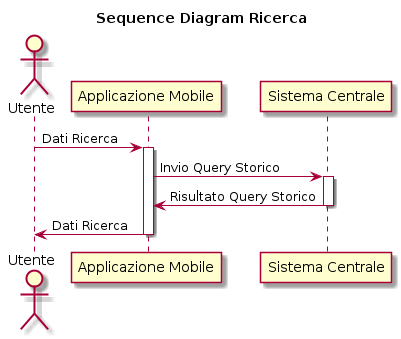
Earlier version of the PlantUML export build/diagrams/sequence/ricerca.png (xFA25E/sweng_14_2019).
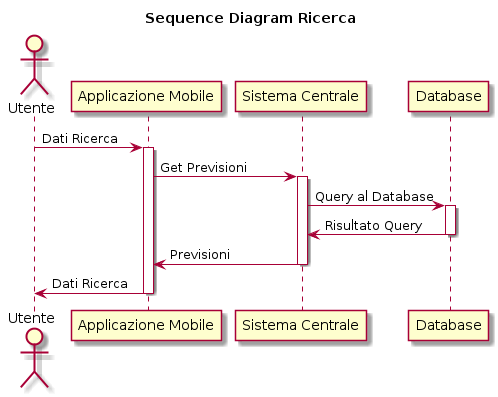
After the commit.

Change to the diagram source:
```diff
@@ -5,10 +5,16 @@
 Utente -> "Applicazione Mobile": Dati Ricerca
 activate "Applicazione Mobile"
 
-"Applicazione Mobile" -> "Sistema Centrale": Invio Query Storico
+"Applicazione Mobile" -> "Sistema Centrale": Get Previsioni
 activate "Sistema Centrale"
 
-"Sistema Centrale" -> "Applicazione Mobile": Risultato Query Storico
+"Sistema Centrale" -> "Database": Query al Database
+activate "Database"
+
+"Database" -> "Sistema Centrale": Risultato Query
+deactivate "Database"
+
+"Sistema Centrale" -> "Applicazione Mobile": Previsioni
 deactivate "Sistema Centrale"
 
 "Applicazione Mobile" -> Utente: Dati Ricerca
```
